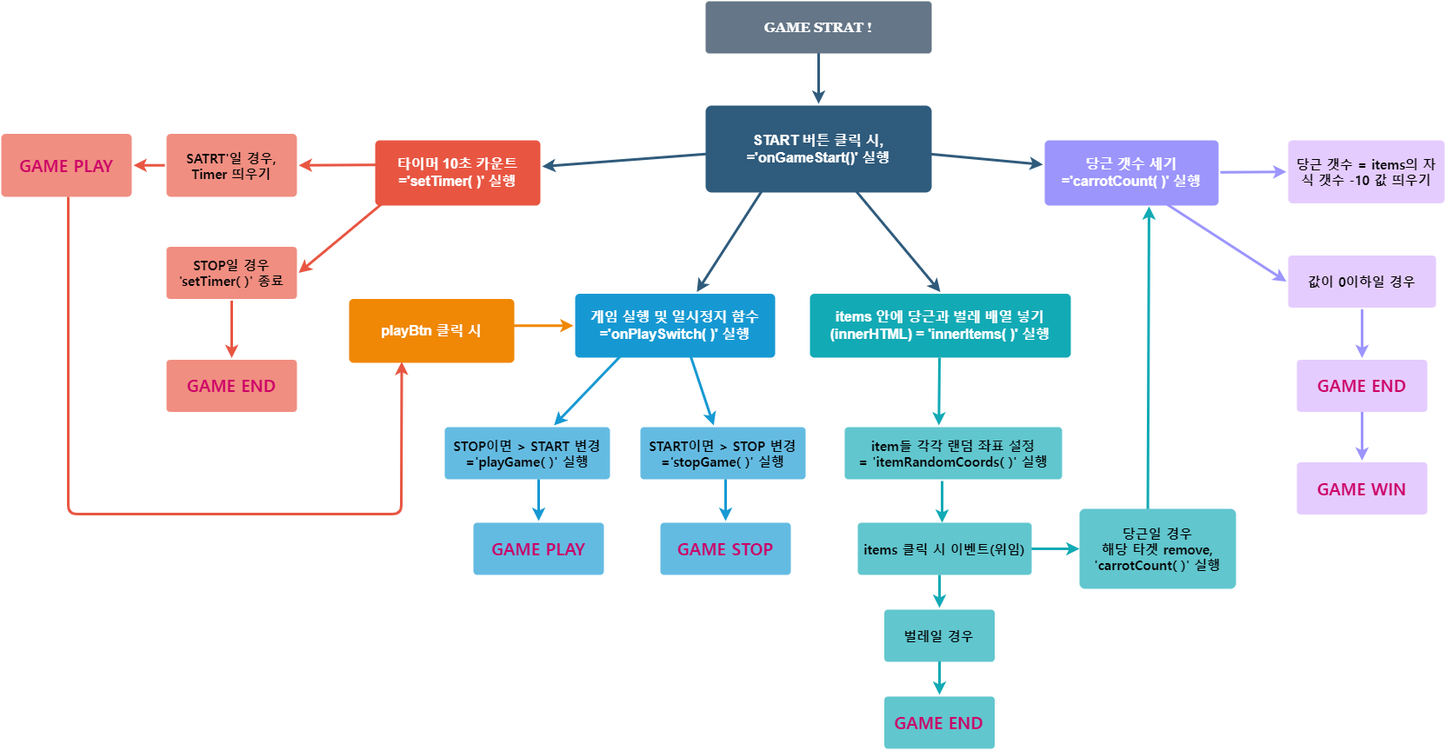
The draw.io diagram img/carrot.drawio.png in junvely/carrot-game, before a commit. Source tidied: cells renumbered, new cells last; positions are measured from the earlier drawing's top-left corner, leaving out a move shared by most shapes.
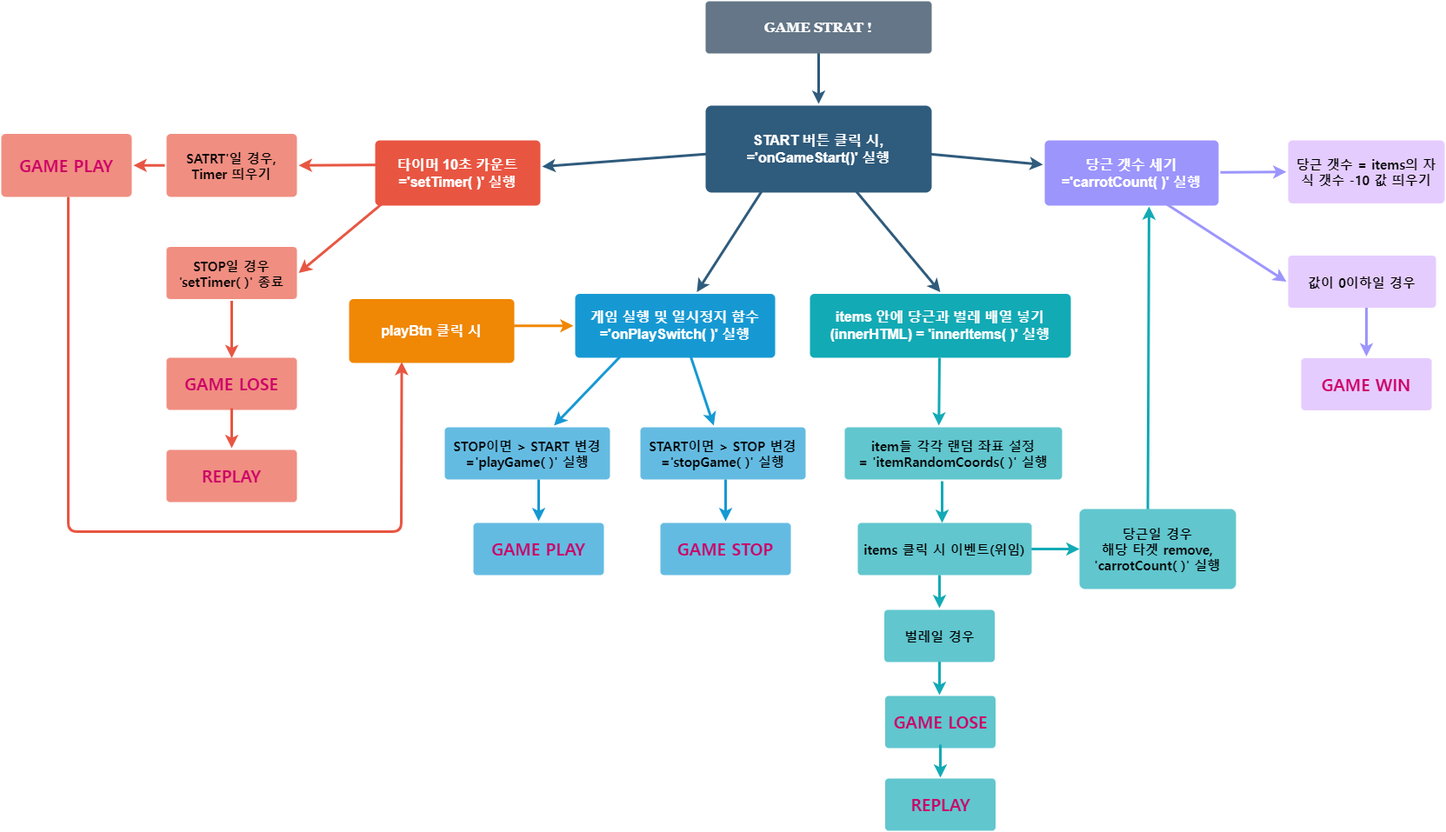
Above is the later version.

Commit message:
Update carrot diagram

What changed in the source:
```diff
@@ -128,25 +128,18 @@
         <mxPoint x="1080" y="700" as="targetPoint" />
       </mxGeometry>
     </mxCell>
-    <mxCell id="35" value="&lt;font color=&quot;#cc0066&quot;&gt;GAME END&lt;/font&gt;" style="rounded=1;whiteSpace=wrap;html=1;shadow=0;labelBackgroundColor=none;strokeColor=none;strokeWidth=3;fillColor=#E5CCFF;fontFamily=Noto Sans Korean;fontSize=19;fontColor=#FFFFFF;align=center;spacing=0;fontStyle=1;arcSize=7;perimeterSpacing=2;verticalAlign=middle;spacingTop=0;" parent="1" vertex="1">
-      <mxGeometry x="1490" y="412.5" width="150" height="60" as="geometry" />
-    </mxCell>
-    <mxCell id="36" style="edgeStyle=none;rounded=1;jumpStyle=none;html=1;shadow=0;labelBackgroundColor=none;startArrow=none;startFill=0;jettySize=auto;strokeColor=#9C95FC;strokeWidth=3;fontFamily=Noto Sans Korean;fontSize=15;fontColor=#FFFFFF;spacing=4;fontStyle=1;fillColor=#b0e3e6;exitX=0.5;exitY=1;exitDx=0;exitDy=0;entryX=0.5;entryY=0;entryDx=0;entryDy=0;verticalAlign=middle;spacingTop=0;" parent="1" edge="1" source="30" target="35">
-      <mxGeometry relative="1" as="geometry" />
-    </mxCell>
     <mxCell id="37" value="GAME WIN" style="rounded=1;whiteSpace=wrap;html=1;shadow=0;labelBackgroundColor=none;strokeColor=none;strokeWidth=3;fillColor=#E5CCFF;fontFamily=Noto Sans Korean;fontSize=19;fontColor=#CC0066;align=center;spacing=0;fontStyle=1;arcSize=7;perimeterSpacing=2;verticalAlign=middle;spacingTop=0;" parent="1" vertex="1">
-      <mxGeometry x="1490" y="530.5" width="150" height="60" as="geometry" />
+      <mxGeometry x="1495" y="410.5" width="150" height="60" as="geometry" />
     </mxCell>
     <mxCell id="38" style="edgeStyle=none;rounded=1;jumpStyle=none;html=1;shadow=0;labelBackgroundColor=none;startArrow=none;startFill=0;jettySize=auto;strokeColor=#9C95FC;strokeWidth=3;fontFamily=Noto Sans Korean;fontSize=15;fontColor=#FFFFFF;spacing=4;fontStyle=1;fillColor=#b0e3e6;exitX=0.5;exitY=1;exitDx=0;exitDy=0;entryX=0.5;entryY=0;entryDx=0;entryDy=0;verticalAlign=middle;spacingTop=0;" parent="1" edge="1" target="37">
       <mxGeometry relative="1" as="geometry">
-        <mxPoint x="1565" y="472.5" as="sourcePoint" />
+        <mxPoint x="1570" y="352.5" as="sourcePoint" />
       </mxGeometry>
     </mxCell>
-    <mxCell id="39" value="GAME END" style="rounded=1;whiteSpace=wrap;html=1;shadow=0;labelBackgroundColor=none;strokeColor=none;strokeWidth=3;fillColor=#f08e81;fontFamily=Noto Sans Korean;fontSize=19;fontColor=#CC0066;align=center;spacing=0;fontStyle=1;arcSize=7;perimeterSpacing=2;verticalAlign=middle;spacingTop=0;" parent="1" vertex="1">
-      <mxGeometry x="190" y="412.5" width="150" height="60" as="geometry" />
-    </mxCell>
-    <mxCell id="40" style="edgeStyle=none;rounded=1;jumpStyle=none;html=1;shadow=0;labelBackgroundColor=none;startArrow=none;startFill=0;jettySize=auto;strokeColor=#E85642;strokeWidth=3;fontFamily=Noto Sans Korean;fontSize=15;fontColor=#FFFFFF;spacing=4;fontStyle=1;fillColor=#b0e3e6;entryX=0.5;entryY=0;entryDx=0;entryDy=0;exitX=0.5;exitY=1;exitDx=0;exitDy=0;verticalAlign=middle;spacingTop=0;" parent="1" edge="1" source="9" target="39">
-      <mxGeometry relative="1" as="geometry" />
+    <mxCell id="40" style="edgeStyle=none;rounded=1;jumpStyle=none;html=1;shadow=0;labelBackgroundColor=none;startArrow=none;startFill=0;jettySize=auto;strokeColor=#E85642;strokeWidth=3;fontFamily=Noto Sans Korean;fontSize=15;fontColor=#FFFFFF;spacing=4;fontStyle=1;fillColor=#b0e3e6;entryX=0.5;entryY=0;entryDx=0;entryDy=0;exitX=0.5;exitY=1;exitDx=0;exitDy=0;verticalAlign=middle;spacingTop=0;" parent="1" edge="1" source="9">
+      <mxGeometry relative="1" as="geometry">
+        <mxPoint x="265" y="410.5" as="targetPoint" />
+      </mxGeometry>
     </mxCell>
     <mxCell id="41" value="items 클릭 시 이벤트(위임)" style="rounded=1;whiteSpace=wrap;html=1;shadow=0;labelBackgroundColor=none;strokeColor=none;strokeWidth=3;fillColor=#61c6ce;fontFamily=Noto Sans Korean;fontSize=15;fontColor=#000000;align=center;spacing=4;fontStyle=1;arcSize=7;perimeterSpacing=2;verticalAlign=middle;spacingTop=0;" parent="1" vertex="1">
       <mxGeometry x="985" y="600" width="200" height="60" as="geometry" />
@@ -165,12 +158,10 @@
         <mxPoint x="1079" y="660" as="sourcePoint" />
       </mxGeometry>
     </mxCell>
-    <mxCell id="45" value="GAME END" style="rounded=1;whiteSpace=wrap;html=1;shadow=0;labelBackgroundColor=none;strokeColor=none;strokeWidth=3;fillColor=#61c6ce;fontFamily=Noto Sans Korean;fontSize=19;fontColor=#CC0066;align=center;spacing=0;fontStyle=1;arcSize=7;perimeterSpacing=2;verticalAlign=middle;spacingTop=0;" parent="1" vertex="1">
-      <mxGeometry x="1015.5" y="800" width="127" height="60" as="geometry" />
-    </mxCell>
-    <mxCell id="46" style="edgeStyle=none;rounded=1;jumpStyle=none;html=1;shadow=0;labelBackgroundColor=none;startArrow=none;startFill=0;jettySize=auto;strokeColor=#12AAB5;strokeWidth=3;fontFamily=Noto Sans Korean;fontSize=15;fontColor=#000000;spacing=4;fontStyle=1;fillColor=#b0e3e6;verticalAlign=middle;spacingTop=0;" parent="1" edge="1" target="45">
+    <mxCell id="46" style="edgeStyle=none;rounded=1;jumpStyle=none;html=1;shadow=0;labelBackgroundColor=none;startArrow=none;startFill=0;jettySize=auto;orthogonalLoop=1;strokeColor=#12AAB5;strokeWidth=3;fontFamily=Noto Sans Korean;fontSize=15;fontColor=#000000;spacing=4;fontStyle=1;fillColor=#b0e3e6;verticalAlign=middle;spacingTop=0;" parent="1" edge="1">
       <mxGeometry relative="1" as="geometry">
         <mxPoint x="1079" y="760" as="sourcePoint" />
+        <mxPoint x="1079" y="798" as="targetPoint" />
       </mxGeometry>
     </mxCell>
     <mxCell id="47" style="edgeStyle=none;rounded=0;jumpStyle=none;html=1;shadow=0;labelBackgroundColor=none;startArrow=none;startFill=0;endArrow=classic;endFill=1;jettySize=auto;strokeColor=#2F5B7C;strokeWidth=3;fontFamily=Helvetica;fontSize=16;fontColor=#FFFFFF;spacing=4;fontStyle=1;verticalAlign=middle;spacingTop=0;entryX=0.5;entryY=0;entryDx=0;entryDy=0;" parent="1" edge="1" target="5">
@@ -191,10 +182,33 @@
       <mxGeometry relative="1" as="geometry">
         <mxPoint x="77.1" y="225" as="sourcePoint" />
         <Array as="points">
-          <mxPoint x="77" y="590" />
-          <mxPoint x="460" y="590" />
+          <mxPoint x="77" y="610" />
+          <mxPoint x="460" y="610" />
         </Array>
       </mxGeometry>
     </mxCell>
+    <mxCell id="52" value="GAME LOSE" style="rounded=1;whiteSpace=wrap;html=1;shadow=0;labelBackgroundColor=none;strokeColor=none;strokeWidth=3;fillColor=#f08e81;fontFamily=Noto Sans Korean;fontSize=19;fontColor=#CC0066;align=center;spacing=0;fontStyle=1;arcSize=7;perimeterSpacing=2;verticalAlign=middle;spacingTop=0;" parent="1" vertex="1">
+      <mxGeometry x="190" y="410" width="150" height="60" as="geometry" />
+    </mxCell>
+    <mxCell id="53" value="GAME LOSE" style="rounded=1;whiteSpace=wrap;html=1;shadow=0;labelBackgroundColor=none;strokeColor=none;strokeWidth=3;fillColor=#61c6ce;fontFamily=Noto Sans Korean;fontSize=19;fontColor=#CC0066;align=center;spacing=0;fontStyle=1;arcSize=7;perimeterSpacing=2;verticalAlign=middle;spacingTop=0;" parent="1" vertex="1">
+      <mxGeometry x="1016.5" y="799" width="127" height="60" as="geometry" />
+    </mxCell>
+    <mxCell id="54" value="REPLAY" style="rounded=1;whiteSpace=wrap;html=1;shadow=0;labelBackgroundColor=none;strokeColor=none;strokeWidth=3;fillColor=#f08e81;fontFamily=Noto Sans Korean;fontSize=19;fontColor=#CC0066;align=center;spacing=0;fontStyle=1;arcSize=7;perimeterSpacing=2;verticalAlign=middle;spacingTop=0;" parent="1" vertex="1">
+      <mxGeometry x="190" y="516" width="150" height="60" as="geometry" />
+    </mxCell>
+    <mxCell id="55" style="edgeStyle=none;rounded=1;jumpStyle=none;html=1;shadow=0;labelBackgroundColor=none;startArrow=none;startFill=0;jettySize=auto;strokeColor=#E85642;strokeWidth=3;fontFamily=Noto Sans Korean;fontSize=15;fontColor=#FFFFFF;spacing=4;fontStyle=1;fillColor=#b0e3e6;entryX=0.5;entryY=0;entryDx=0;entryDy=0;verticalAlign=middle;spacingTop=0;" parent="1" edge="1" target="54">
+      <mxGeometry relative="1" as="geometry">
+        <mxPoint x="265" y="468" as="sourcePoint" />
+      </mxGeometry>
+    </mxCell>
+    <mxCell id="56" value="REPLAY" style="rounded=1;whiteSpace=wrap;html=1;shadow=0;labelBackgroundColor=none;strokeColor=none;strokeWidth=3;fillColor=#61c6ce;fontFamily=Noto Sans Korean;fontSize=19;fontColor=#CC0066;align=center;spacing=0;fontStyle=1;arcSize=7;perimeterSpacing=2;verticalAlign=middle;spacingTop=0;" parent="1" vertex="1">
+      <mxGeometry x="1016.5" y="894" width="127" height="60" as="geometry" />
+    </mxCell>
+    <mxCell id="57" style="edgeStyle=none;rounded=1;jumpStyle=none;html=1;shadow=0;labelBackgroundColor=none;startArrow=none;startFill=0;jettySize=auto;orthogonalLoop=1;strokeColor=#12AAB5;strokeWidth=3;fontFamily=Noto Sans Korean;fontSize=15;fontColor=#000000;spacing=4;fontStyle=1;fillColor=#b0e3e6;verticalAlign=middle;spacingTop=0;" parent="1" edge="1">
+      <mxGeometry relative="1" as="geometry">
+        <mxPoint x="1080" y="855" as="sourcePoint" />
+        <mxPoint x="1080" y="893" as="targetPoint" />
+      </mxGeometry>
+    </mxCell>
   </root>
 </mxGraphModel>
```
